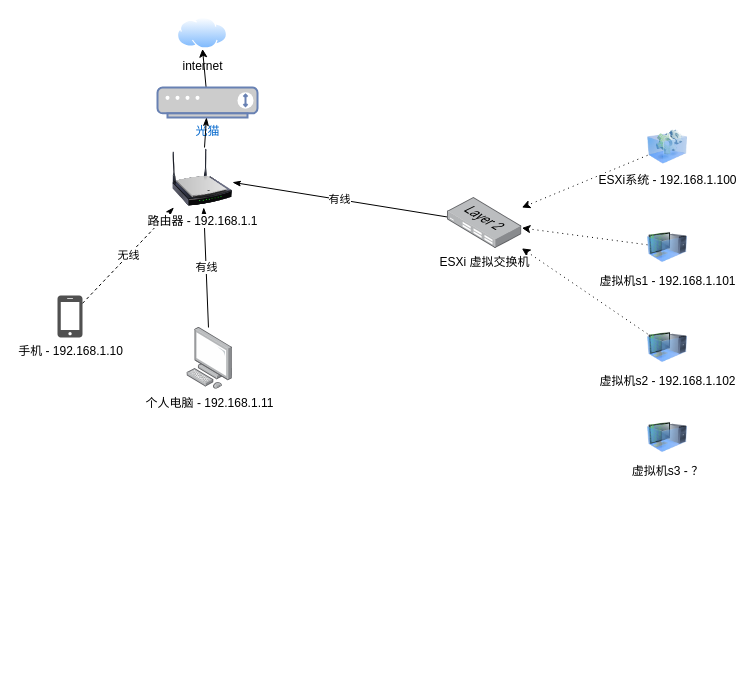
Above: home-network-topology-3.drawio in paranoid945/draw.io (draw.io), before the change. Source tidied: cells renumbered, new cells numbered last; positions are measured from the earlier drawing's top-left corner, leaving out a move shared by most shapes. Both pictures are drawn from the tidied source at 100%, with x=0, y=0 at pixel (57, 17).
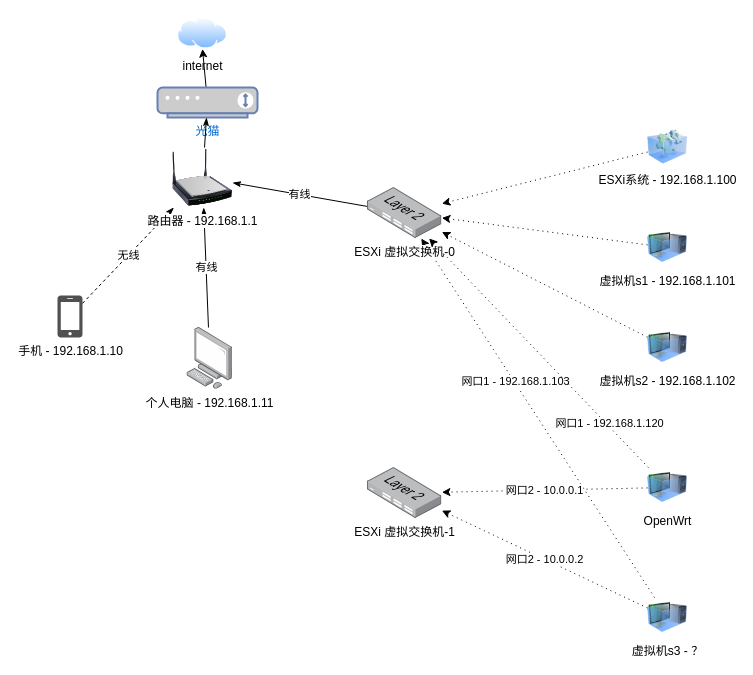
Above is the later version.

What changed in the source:
```diff
@@
+    <mxCell id="20" value="网口2 - 10.0.0.2" style="edgeStyle=none;rounded=0;jettySize=auto;html=1;dashed=1;dashPattern=1 4;" parent="1" edge="1" source="16" target="23">
+      <mxGeometry relative="1" as="geometry" />
+    </mxCell>
+    <mxCell id="21" style="edgeStyle=none;rounded=0;jettySize=auto;html=1;dashed=1;dashPattern=1 4;" parent="1" edge="1" source="16" target="17">
+      <mxGeometry relative="1" as="geometry" />
+    </mxCell>
+    <mxCell id="22" value="网口1 - 192.168.1.103" style="edgeLabel;html=1;align=center;verticalAlign=middle;" parent="21" vertex="1">
+      <mxGeometry x="0.2" y="-1" relative="1" as="geometry" />
+    </mxCell>
     <mxCell id="16" value="虚拟机s3 - ？" style="image;html=1;image=img/lib/clip_art/computers/Virtual_Machine_128x128.png;" parent="1" vertex="1">
-      <mxGeometry x="590" y="400" width="40" height="40" as="geometry" />
+      <mxGeometry x="590" y="580" width="40" height="40" as="geometry" />
     </mxCell>
-    <mxCell id="17" value="ESXi 虚拟交换机" style="points=[];html=1;align=center;shadow=0;dashed=0;image;image=img/lib/allied_telesis/switch/Switch_24_port_L2.svg;" parent="1" vertex="1">
-      <mxGeometry x="390" y="180" width="74.4" height="51" as="geometry" />
+    <mxCell id="17" value="ESXi 虚拟交换机-0" style="points=[];html=1;align=center;shadow=0;dashed=0;image;image=img/lib/allied_telesis/switch/Switch_24_port_L2.svg;" parent="1" vertex="1">
+      <mxGeometry x="310" y="170" width="74.4" height="51" as="geometry" />
     </mxCell>
@@
+    <mxCell id="23" value="ESXi 虚拟交换机-1" style="points=[];html=1;align=center;shadow=0;dashed=0;image;image=img/lib/allied_telesis/switch/Switch_24_port_L2.svg;" parent="1" vertex="1">
+      <mxGeometry x="310" y="450" width="74.4" height="51" as="geometry" />
+    </mxCell>
+    <mxCell id="24" value="网口2 - 10.0.0.1" style="edgeStyle=none;rounded=0;jettySize=auto;html=1;dashed=1;dashPattern=1 4;" parent="1" edge="1" source="27" target="23">
+      <mxGeometry relative="1" as="geometry" />
+    </mxCell>
+    <mxCell id="25" style="edgeStyle=none;rounded=0;jettySize=auto;html=1;dashed=1;dashPattern=1 4;" parent="1" edge="1" source="27" target="17">
+      <mxGeometry relative="1" as="geometry" />
+    </mxCell>
+    <mxCell id="26" value="网口1 - 192.168.1.120" style="edgeLabel;html=1;align=center;verticalAlign=middle;" parent="25" vertex="1">
+      <mxGeometry x="-0.63" y="-2" relative="1" as="geometry" />
+    </mxCell>
+    <mxCell id="27" value="OpenWrt" style="image;html=1;image=img/lib/clip_art/computers/Virtual_Machine_128x128.png;" parent="1" vertex="1">
+      <mxGeometry x="590" y="450" width="40" height="40" as="geometry" />
+    </mxCell>
```
